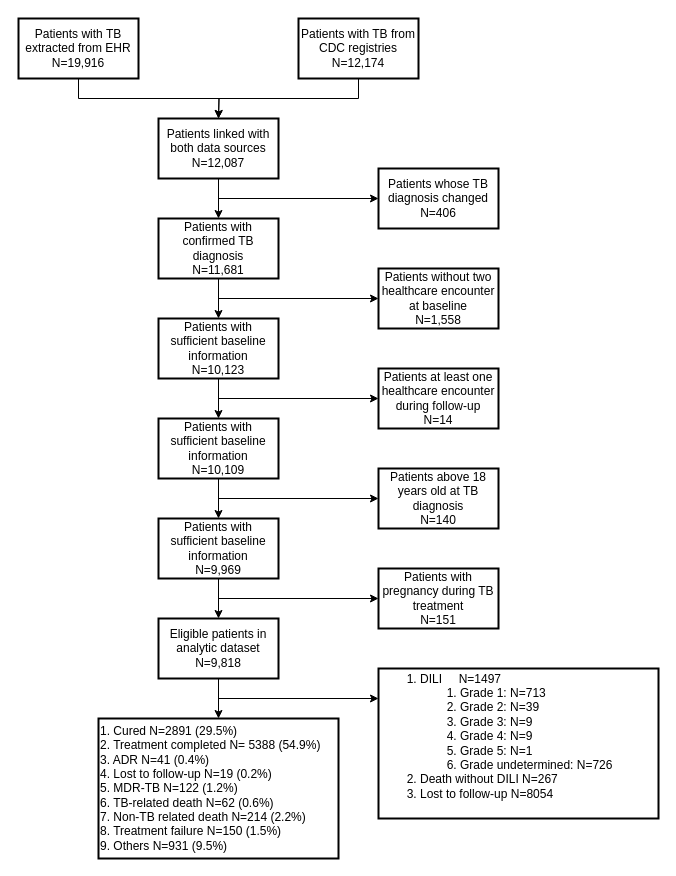
Before: TB Ningbo Flow diagram.drawio in JifangZhou/R-code-for-Ningbo-TB-project, a draw.io diagram. Source tidied: cells renumbered, new cells numbered last; positions are measured from the earlier drawing's top-left corner, leaving out a move shared by most shapes. Both pictures are drawn from the tidied source at 100%, with x=0, y=0 at pixel (18, 18).
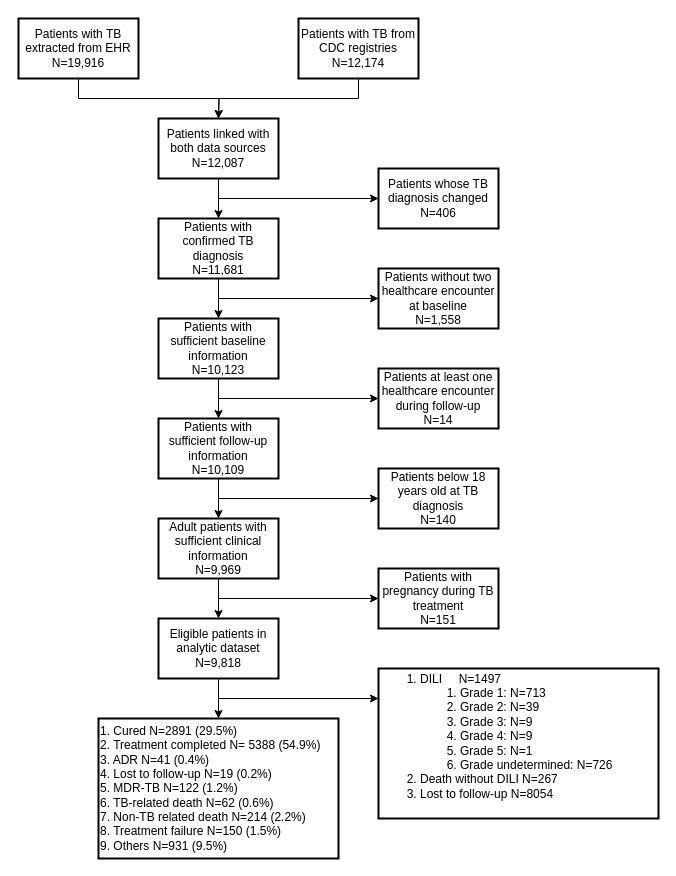
Above is the later version.

Diff of the diagram source:
```diff
@@
-    <mxCell id="19" value="&lt;div&gt;Patients with sufficient baseline information&lt;br&gt;&lt;/div&gt;&lt;div&gt;N=10,109&lt;br&gt;&lt;/div&gt;" style="rounded=0;whiteSpace=wrap;html=1;strokeWidth=2;" parent="1" vertex="1">
+    <mxCell id="19" value="&lt;div&gt;Patients with sufficient follow-up information&lt;br&gt;&lt;/div&gt;&lt;div&gt;N=10,109&lt;br&gt;&lt;/div&gt;" style="rounded=0;whiteSpace=wrap;html=1;strokeWidth=2;" parent="1" vertex="1">
       <mxGeometry x="140" y="400" width="120" height="60" as="geometry" />
     </mxCell>
@@
-    <mxCell id="21" value="&lt;div&gt;Patients above 18 years old at TB diagnosis&lt;br&gt;&lt;/div&gt;&lt;div&gt;N=140&lt;br&gt;&lt;/div&gt;" style="rounded=0;whiteSpace=wrap;html=1;strokeWidth=2;" parent="1" vertex="1">
+    <mxCell id="21" value="&lt;div&gt;Patients below 18 years old at TB diagnosis&lt;br&gt;&lt;/div&gt;&lt;div&gt;N=140&lt;br&gt;&lt;/div&gt;" style="rounded=0;whiteSpace=wrap;html=1;strokeWidth=2;" parent="1" vertex="1">
       <mxGeometry x="360" y="450" width="120" height="60" as="geometry" />
     </mxCell>
@@
-    <mxCell id="23" value="&lt;div&gt;Patients with sufficient baseline information&lt;br&gt;&lt;/div&gt;&lt;div&gt;N=9,969&lt;br&gt;&lt;/div&gt;" style="rounded=0;whiteSpace=wrap;html=1;strokeWidth=2;" parent="1" vertex="1">
+    <mxCell id="23" value="&lt;div&gt;Adult patients with sufficient clinical information&lt;br&gt;&lt;/div&gt;&lt;div&gt;N=9,969&lt;br&gt;&lt;/div&gt;" style="rounded=0;whiteSpace=wrap;html=1;strokeWidth=2;" parent="1" vertex="1">
       <mxGeometry x="140" y="500" width="120" height="60" as="geometry" />
     </mxCell>
```
